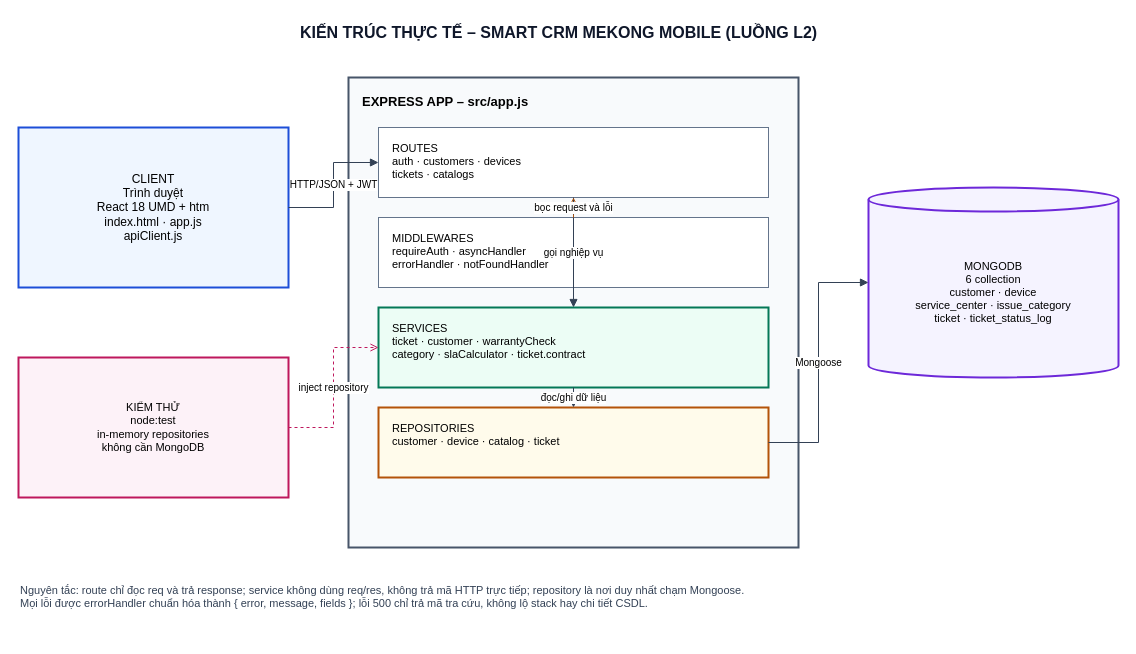
HabitOfMyHeart/cdtn1-NguyenDuyKhang-2 keeps this draw.io diagram as docs/architecture-thuc-te.drawio. Above is the earlier version. Source tidied: cells renumbered, new cells numbered last; positions are measured from the earlier drawing's top-left corner, leaving out a move shared by most shapes. Both pictures are drawn from the tidied source at 100%, with x=0, y=0 at pixel (18, 17).
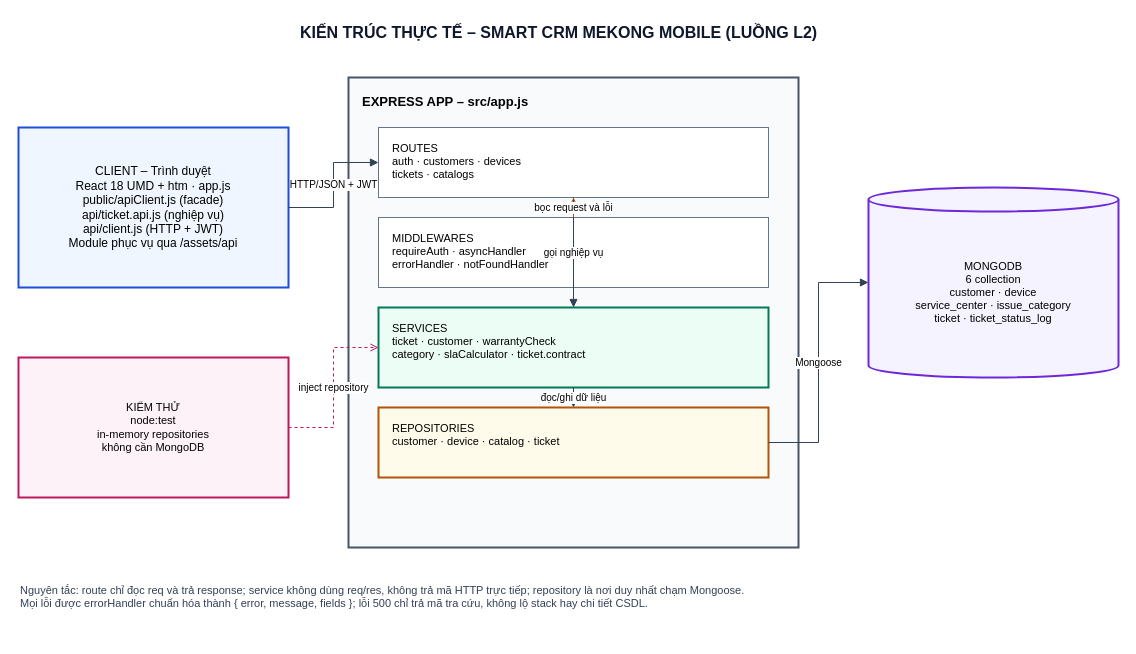
The same page after the edit.

The edit, as a diff of the source:
```diff
@@
 <mxGraphModel>
   <root>
     <mxCell id="0" />
     <mxCell id="1" parent="0" />
     <mxCell id="2" value="KIẾN TRÚC THỰC TẾ – SMART CRM MEKONG MOBILE (LUỒNG L2)" style="text;html=1;align=center;verticalAlign=middle;fontSize=16;fontStyle=1;fontColor=#0F172A;" parent="1" vertex="1">
       <mxGeometry width="1080" height="30" as="geometry" />
     </mxCell>
-    <mxCell id="3" value="CLIENT&#10;Trình duyệt&#10;React 18 UMD + htm&#10;index.html · app.js&#10;apiClient.js" style="rounded=0;whiteSpace=wrap;html=1;align=center;verticalAlign=middle;fontSize=12;fillColor=#EFF6FF;strokeColor=#1D4ED8;strokeWidth=2;" parent="1" vertex="1">
+    <mxCell id="3" value="CLIENT – Trình duyệt&#10;React 18 UMD + htm · app.js&#10;public/apiClient.js (facade)&#10;api/ticket.api.js (nghiệp vụ)&#10;api/client.js (HTTP + JWT)&#10;Module phục vụ qua /assets/api" style="rounded=0;whiteSpace=wrap;html=1;align=center;verticalAlign=middle;fontSize=12;fillColor=#EFF6FF;strokeColor=#1D4ED8;strokeWidth=2;" parent="1" vertex="1">
       <mxGeometry y="110" width="270" height="160" as="geometry" />
     </mxCell>
     <mxCell id="4" value="EXPRESS APP – src/app.js" style="rounded=0;whiteSpace=wrap;html=1;verticalAlign=top;align=left;spacingLeft=12;spacingTop=10;fontSize=13;fontStyle=1;fillColor=#F8FAFC;strokeColor=#475569;strokeWidth=2;" parent="1" vertex="1">
       <mxGeometry x="330" y="60" width="450" height="470" as="geometry" />
     </mxCell>
     <mxCell id="5" value="ROUTES&#10;auth · customers · devices&#10;tickets · catalogs" style="rounded=0;whiteSpace=wrap;html=1;align=left;verticalAlign=top;spacingLeft=12;spacingTop=8;fontSize=11;fillColor=#FFFFFF;strokeColor=#64748B;" parent="1" vertex="1">
       <mxGeometry x="360" y="110" width="390" height="70" as="geometry" />
     </mxCell>
     <mxCell id="6" value="MIDDLEWARES&#10;requireAuth · asyncHandler&#10;errorHandler · notFoundHandler" style="rounded=0;whiteSpace=wrap;html=1;align=left;verticalAlign=top;spacingLeft=12;spacingTop=8;fontSize=11;fillColor=#FFFFFF;strokeColor=#64748B;" parent="1" vertex="1">
       <mxGeometry x="360" y="200" width="390" height="70" as="geometry" />
     </mxCell>
     <mxCell id="7" value="SERVICES&#10;ticket · customer · warrantyCheck&#10;category · slaCalculator · ticket.contract" style="rounded=0;whiteSpace=wrap;html=1;align=left;verticalAlign=top;spacingLeft=12;spacingTop=8;fontSize=11;fillColor=#ECFDF5;strokeColor=#047857;strokeWidth=2;" parent="1" vertex="1">
       <mxGeometry x="360" y="290" width="390" height="80" as="geometry" />
     </mxCell>
     <mxCell id="8" value="REPOSITORIES&#10;customer · device · catalog · ticket" style="rounded=0;whiteSpace=wrap;html=1;align=left;verticalAlign=top;spacingLeft=12;spacingTop=8;fontSize=11;fillColor=#FFFBEB;strokeColor=#B45309;strokeWidth=2;" parent="1" vertex="1">
       <mxGeometry x="360" y="390" width="390" height="70" as="geometry" />
     </mxCell>
     <mxCell id="9" value="MONGODB&#10;6 collection&#10;customer · device&#10;service_center · issue_category&#10;ticket · ticket_status_log" style="shape=cylinder3;whiteSpace=wrap;html=1;boundedLbl=1;backgroundOutline=1;size=12;fontSize=11;fillColor=#F5F3FF;strokeColor=#6D28D9;strokeWidth=2;" parent="1" vertex="1">
       <mxGeometry x="850" y="170" width="250" height="190" as="geometry" />
     </mxCell>
     <mxCell id="10" value="KIỂM THỬ&#10;node:test&#10;in-memory repositories&#10;không cần MongoDB" style="rounded=0;whiteSpace=wrap;html=1;align=center;verticalAlign=middle;fontSize=11;fillColor=#FDF2F8;strokeColor=#BE185D;strokeWidth=2;" parent="1" vertex="1">
       <mxGeometry y="340" width="270" height="140" as="geometry" />
     </mxCell>
     <mxCell id="11" value="HTTP/JSON + JWT" style="edgeStyle=orthogonalEdgeStyle;rounded=0;html=1;endArrow=block;strokeColor=#334155;fontSize=10;labelBackgroundColor=#FFFFFF;exitX=1;exitY=0.5;entryX=0;entryY=0.5;" parent="1" edge="1" source="3" target="5">
       <mxGeometry relative="1" as="geometry" />
     </mxCell>
     <mxCell id="12" value="gọi nghiệp vụ" style="edgeStyle=orthogonalEdgeStyle;rounded=0;html=1;endArrow=block;strokeColor=#334155;fontSize=10;labelBackgroundColor=#FFFFFF;exitX=0.5;exitY=1;entryX=0.5;entryY=0;" parent="1" edge="1" source="5" target="7">
       <mxGeometry relative="1" as="geometry" />
     </mxCell>
     <mxCell id="13" value="đọc/ghi dữ liệu" style="edgeStyle=orthogonalEdgeStyle;rounded=0;html=1;endArrow=block;strokeColor=#334155;fontSize=10;labelBackgroundColor=#FFFFFF;exitX=0.5;exitY=1;entryX=0.5;entryY=0;" parent="1" edge="1" source="7" target="8">
       <mxGeometry relative="1" as="geometry" />
     </mxCell>
     <mxCell id="14" value="Mongoose" style="edgeStyle=orthogonalEdgeStyle;rounded=0;html=1;endArrow=block;strokeColor=#334155;fontSize=10;labelBackgroundColor=#FFFFFF;exitX=1;exitY=0.5;entryX=0;entryY=0.5;" parent="1" edge="1" source="8" target="9">
       <mxGeometry relative="1" as="geometry" />
     </mxCell>
     <mxCell id="15" value="bọc request và lỗi" style="edgeStyle=orthogonalEdgeStyle;rounded=0;html=1;dashed=1;endArrow=open;strokeColor=#B45309;fontSize=10;labelBackgroundColor=#FFFFFF;exitX=0.5;exitY=0;entryX=0.5;entryY=1;" parent="1" edge="1" source="6" target="5">
       <mxGeometry relative="1" as="geometry" />
     </mxCell>
     <mxCell id="16" value="inject repository" style="edgeStyle=orthogonalEdgeStyle;rounded=0;html=1;dashed=1;endArrow=open;strokeColor=#BE185D;fontSize=10;labelBackgroundColor=#FFFFFF;exitX=1;exitY=0.5;entryX=0;entryY=0.5;" parent="1" edge="1" source="10" target="7">
       <mxGeometry relative="1" as="geometry" />
     </mxCell>
     <mxCell id="17" value="Nguyên tắc: route chỉ đọc req và trả response; service không dùng req/res, không trả mã HTTP trực tiếp; repository là nơi duy nhất chạm Mongoose.&#10;Mọi lỗi được errorHandler chuẩn hóa thành { error, message, fields }; lỗi 500 chỉ trả mã tra cứu, không lộ stack hay chi tiết CSDL." style="text;html=1;align=left;verticalAlign=top;fontSize=11;fontColor=#334155;whiteSpace=wrap;" parent="1" vertex="1">
       <mxGeometry y="560" width="1080" height="60" as="geometry" />
     </mxCell>
   </root>
 </mxGraphModel>
```
